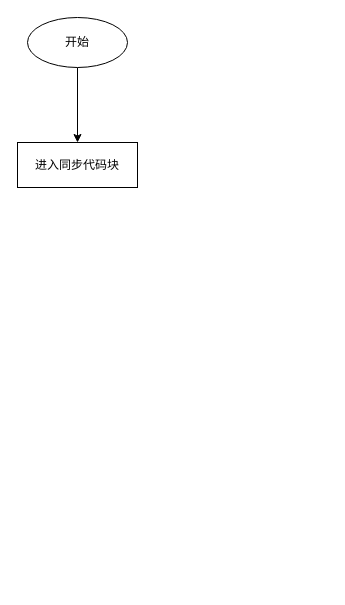
Before: space1/AQS抽象队列同步器.drawio in naccoit/drawio, a draw.io diagram. Source tidied: cells renumbered, new cells numbered last; positions are measured from the earlier drawing's top-left corner, leaving out a move shared by most shapes. Both pictures are drawn from the tidied source at 100%, with x=0, y=0 at pixel (17, 17).
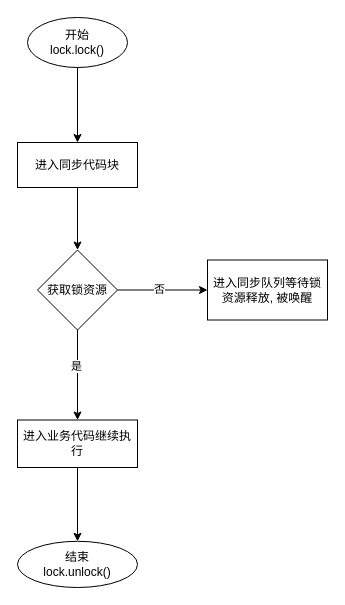
The same page after the edit.

Commit message (it also covers changes not shown here):
更新AQS抽象队列同步器.drawio

The edit, as a diff of the source:
```diff
@@
 <mxGraphModel>
   <root>
     <mxCell id="0" />
     <mxCell id="1" parent="0" />
     <mxCell id="2" style="edgeStyle=orthogonalEdgeStyle;rounded=0;jettySize=auto;html=1;" parent="1" edge="1" source="3" target="4">
       <mxGeometry relative="1" as="geometry" />
     </mxCell>
-    <mxCell id="3" value="开始" style="ellipse;whiteSpace=wrap;html=1;" parent="1" vertex="1">
+    <mxCell id="3" value="开始&lt;br&gt;lock.lock()" style="ellipse;whiteSpace=wrap;html=1;" parent="1" vertex="1">
       <mxGeometry x="10" width="100" height="50" as="geometry" />
     </mxCell>
+    <mxCell id="5" style="edgeStyle=orthogonalEdgeStyle;rounded=0;jettySize=auto;html=1;" parent="1" edge="1" source="4" target="10">
+      <mxGeometry relative="1" as="geometry" />
+    </mxCell>
     <mxCell id="4" value="进入同步代码块" style="whiteSpace=wrap;html=1;" parent="1" vertex="1">
       <mxGeometry y="125" width="120" height="45" as="geometry" />
     </mxCell>
+    <mxCell id="6" style="edgeStyle=orthogonalEdgeStyle;rounded=0;jettySize=auto;html=1;" parent="1" edge="1" source="10" target="12">
+      <mxGeometry relative="1" as="geometry" />
+    </mxCell>
+    <mxCell id="7" value="是" style="edgeLabel;html=1;align=center;verticalAlign=middle;" parent="6" vertex="1">
+      <mxGeometry x="-0.21" y="-2" relative="1" as="geometry" />
+    </mxCell>
+    <mxCell id="8" style="edgeStyle=orthogonalEdgeStyle;rounded=0;jettySize=auto;html=1;" parent="1" edge="1" source="10" target="13">
+      <mxGeometry relative="1" as="geometry" />
+    </mxCell>
+    <mxCell id="9" value="否" style="edgeLabel;html=1;align=center;verticalAlign=middle;" parent="8" vertex="1">
+      <mxGeometry x="-0.09" y="2" relative="1" as="geometry">
+        <mxPoint y="1" as="offset" />
+      </mxGeometry>
+    </mxCell>
+    <mxCell id="10" value="&lt;span&gt;获取锁资源&lt;/span&gt;" style="rhombus;whiteSpace=wrap;html=1;" parent="1" vertex="1">
+      <mxGeometry x="20" y="232.5" width="80" height="80" as="geometry" />
+    </mxCell>
+    <mxCell id="11" style="edgeStyle=orthogonalEdgeStyle;rounded=0;jettySize=auto;html=1;" parent="1" edge="1" source="12" target="14">
+      <mxGeometry relative="1" as="geometry" />
+    </mxCell>
+    <mxCell id="12" value="进入业务代码继续执行" style="whiteSpace=wrap;html=1;" parent="1" vertex="1">
+      <mxGeometry y="402.5" width="120" height="47.5" as="geometry" />
+    </mxCell>
+    <mxCell id="13" value="进入同步队列等待锁资源释放, 被唤醒" style="whiteSpace=wrap;html=1;" parent="1" vertex="1">
+      <mxGeometry x="190" y="242.5" width="120" height="60" as="geometry" />
+    </mxCell>
+    <mxCell id="14" value="结束&lt;br&gt;lock.unlock()" style="ellipse;whiteSpace=wrap;html=1;" parent="1" vertex="1">
+      <mxGeometry y="523.8" width="120" height="46.2" as="geometry" />
+    </mxCell>
   </root>
 </mxGraphModel>
```
